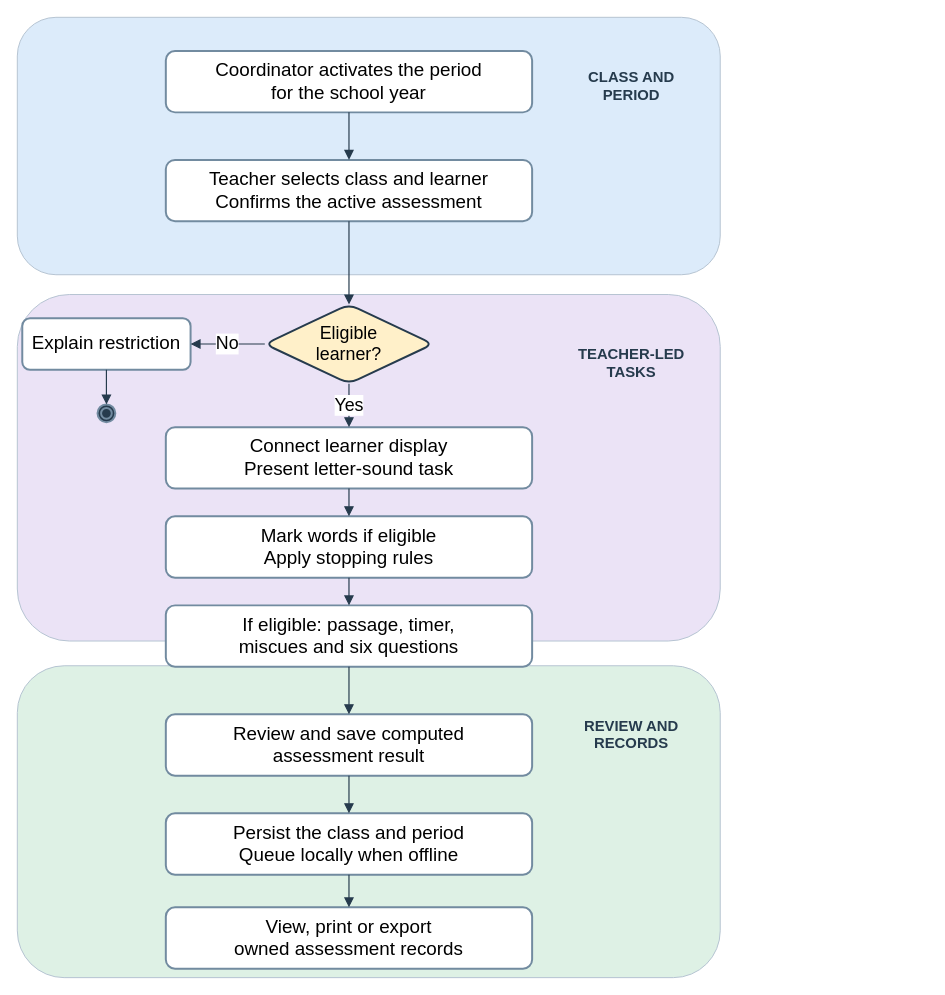
This is docs/diagrams/class-workspaces/figure-04-period-flow.drawio from AkuSayangKamuJudaSayang/crl-app, a draw.io file, before an edit. Source tidied: cells renumbered, new cells numbered last; positions are measured from the earlier drawing's top-left corner, leaving out a move shared by most shapes. Both pictures are drawn from the tidied source at 99%, with x=0, y=0 at pixel (17, 17).
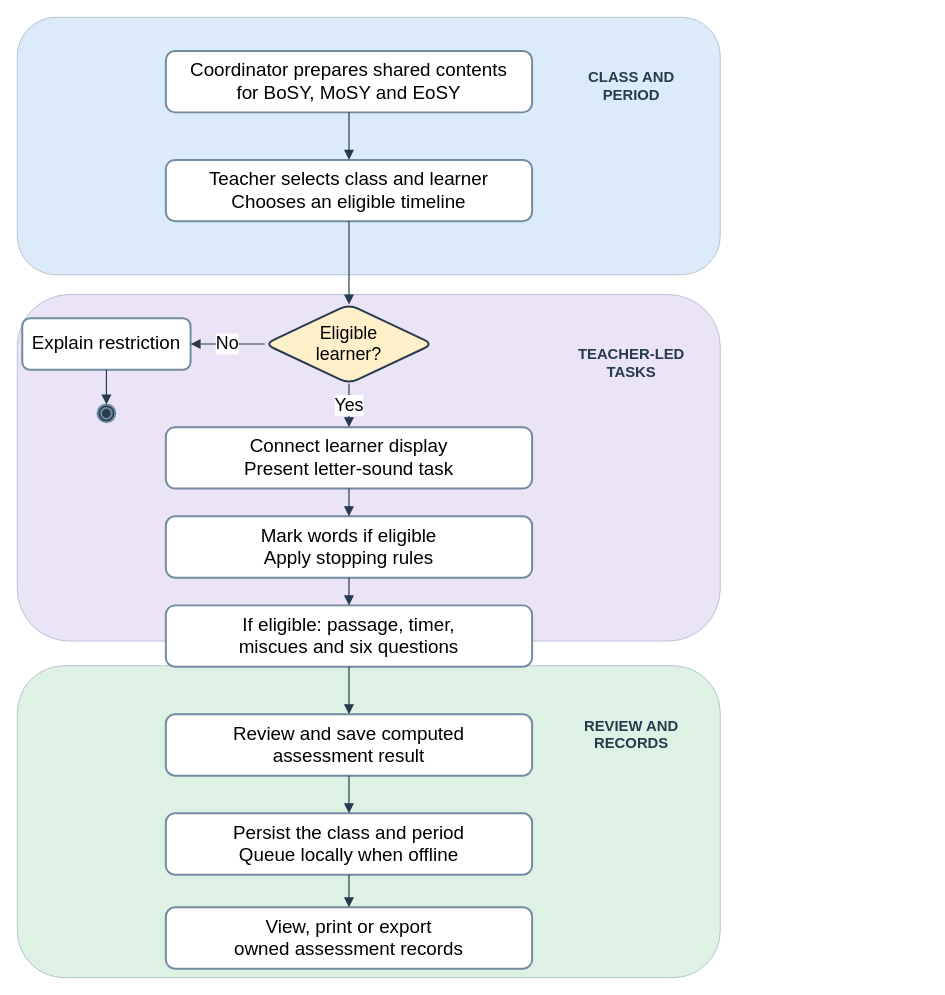
Above is the later version.

What changed in the source:
```diff
@@
-    <mxCell id="8" value="Coordinator activates the period&lt;br&gt;for the school year" style="rounded=1;whiteSpace=wrap;html=1;fontFamily=Arial;fillColor=#ffffff;strokeColor=#728ba0;strokeWidth=2;fontSize=19;" parent="1" vertex="1">
+    <mxCell id="8" value="Coordinator prepares shared contents&lt;br&gt;for BoSY, MoSY and EoSY" style="rounded=1;whiteSpace=wrap;html=1;fontFamily=Arial;fillColor=#ffffff;strokeColor=#728ba0;strokeWidth=2;fontSize=19;" parent="1" vertex="1">
       <mxGeometry x="150" y="34" width="370" height="62" as="geometry" />
     </mxCell>
-    <mxCell id="9" value="Teacher selects class and learner&lt;br&gt;Confirms the active assessment" style="rounded=1;whiteSpace=wrap;html=1;fontFamily=Arial;fillColor=#ffffff;strokeColor=#728ba0;strokeWidth=2;fontSize=19;" parent="1" vertex="1">
+    <mxCell id="9" value="Teacher selects class and learner&lt;br&gt;Chooses an eligible timeline" style="rounded=1;whiteSpace=wrap;html=1;fontFamily=Arial;fillColor=#ffffff;strokeColor=#728ba0;strokeWidth=2;fontSize=19;" parent="1" vertex="1">
       <mxGeometry x="150" y="144" width="370" height="62" as="geometry" />
     </mxCell>
```
